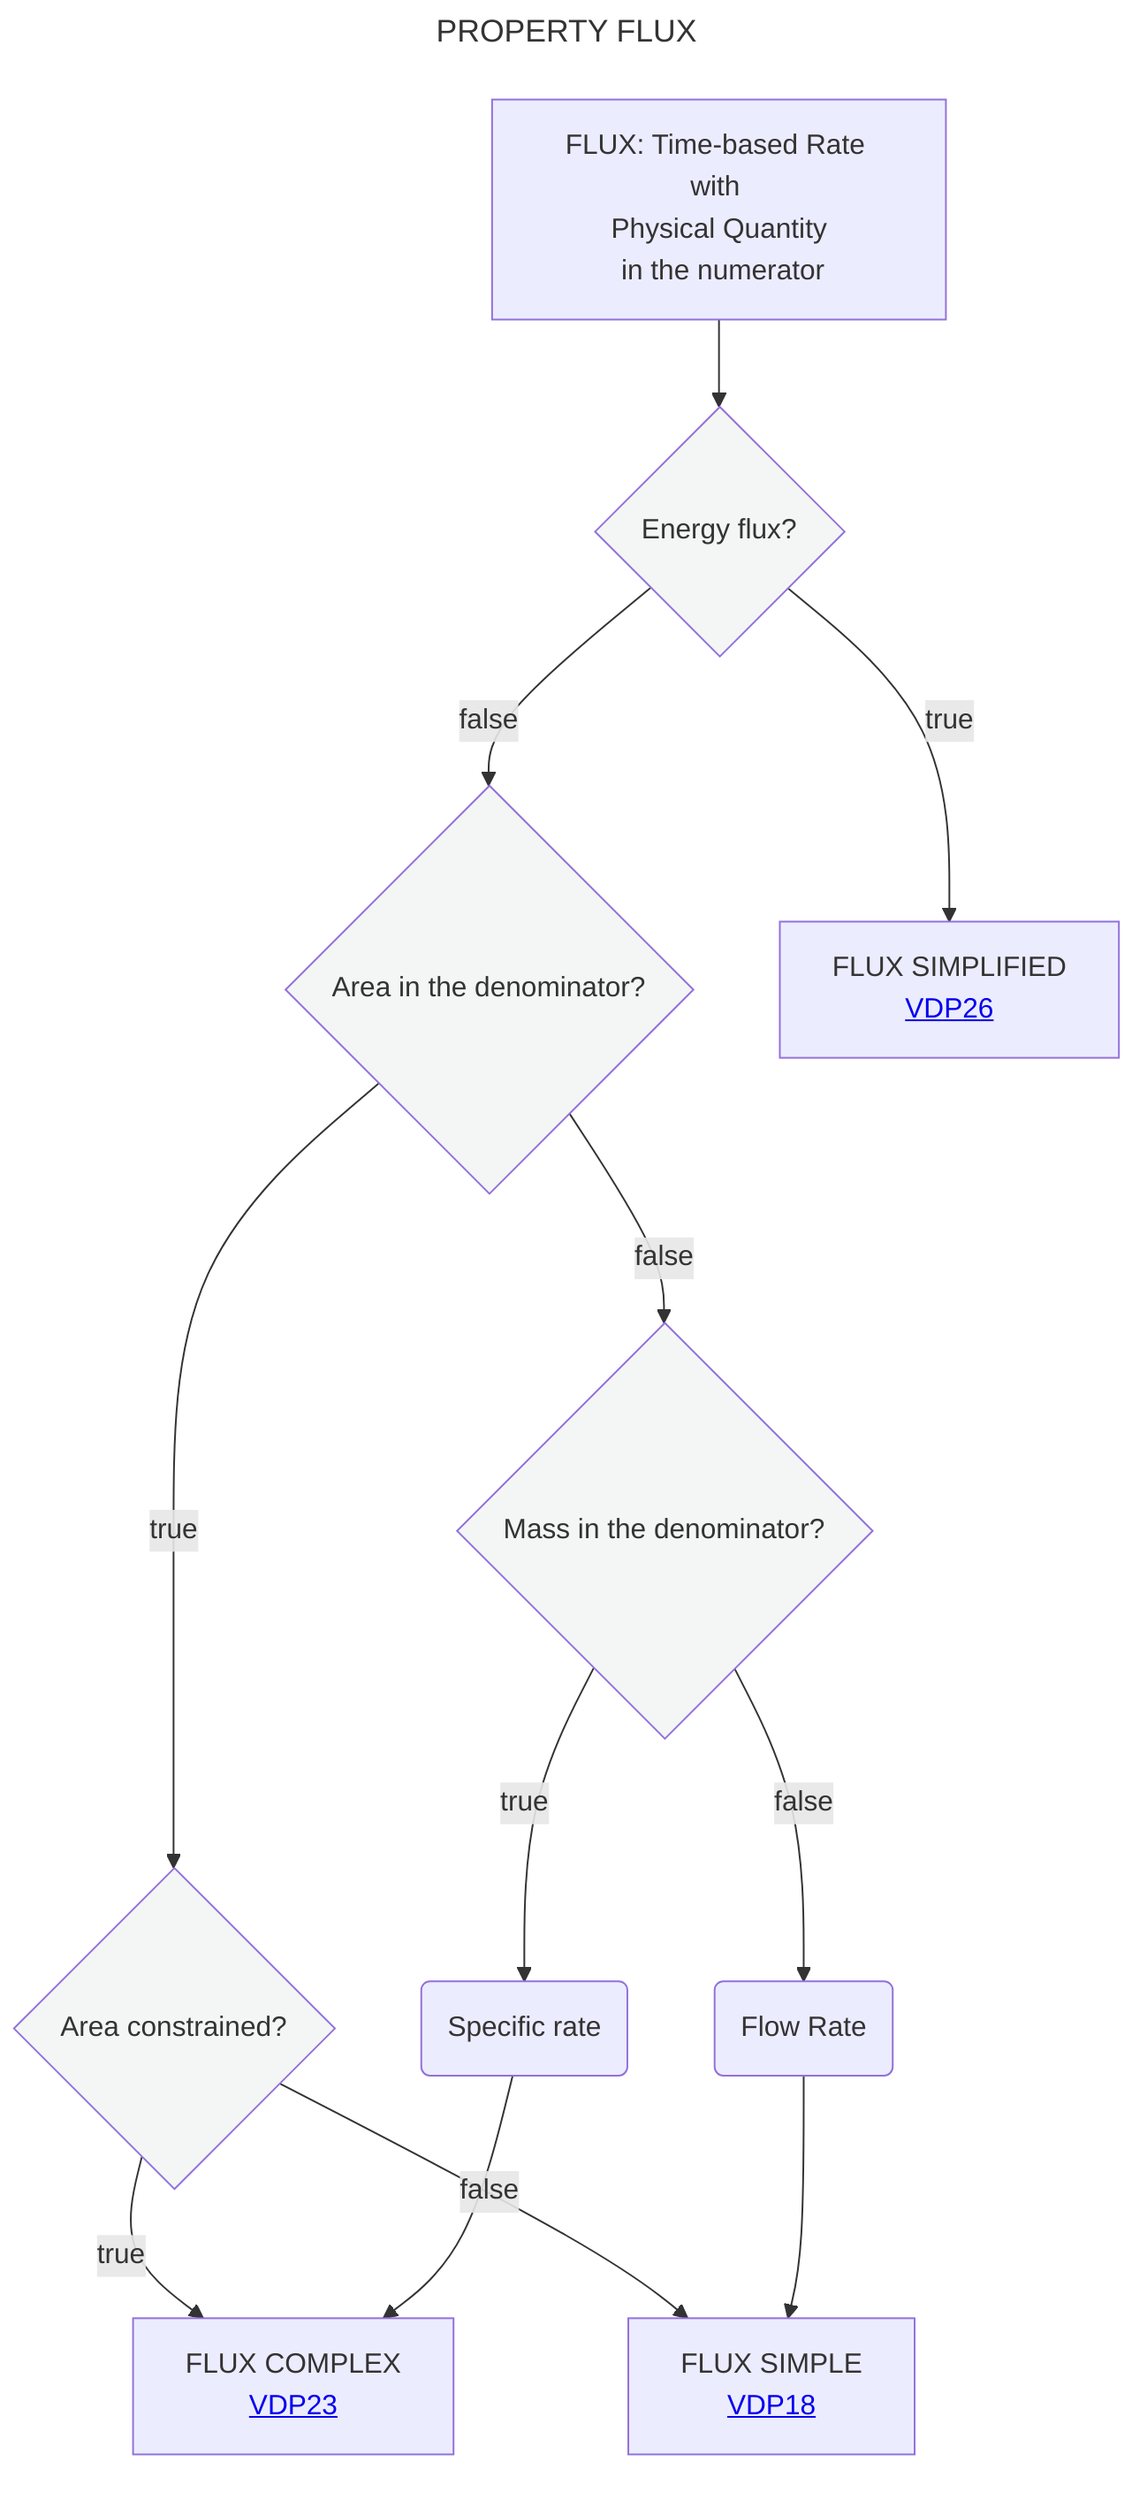
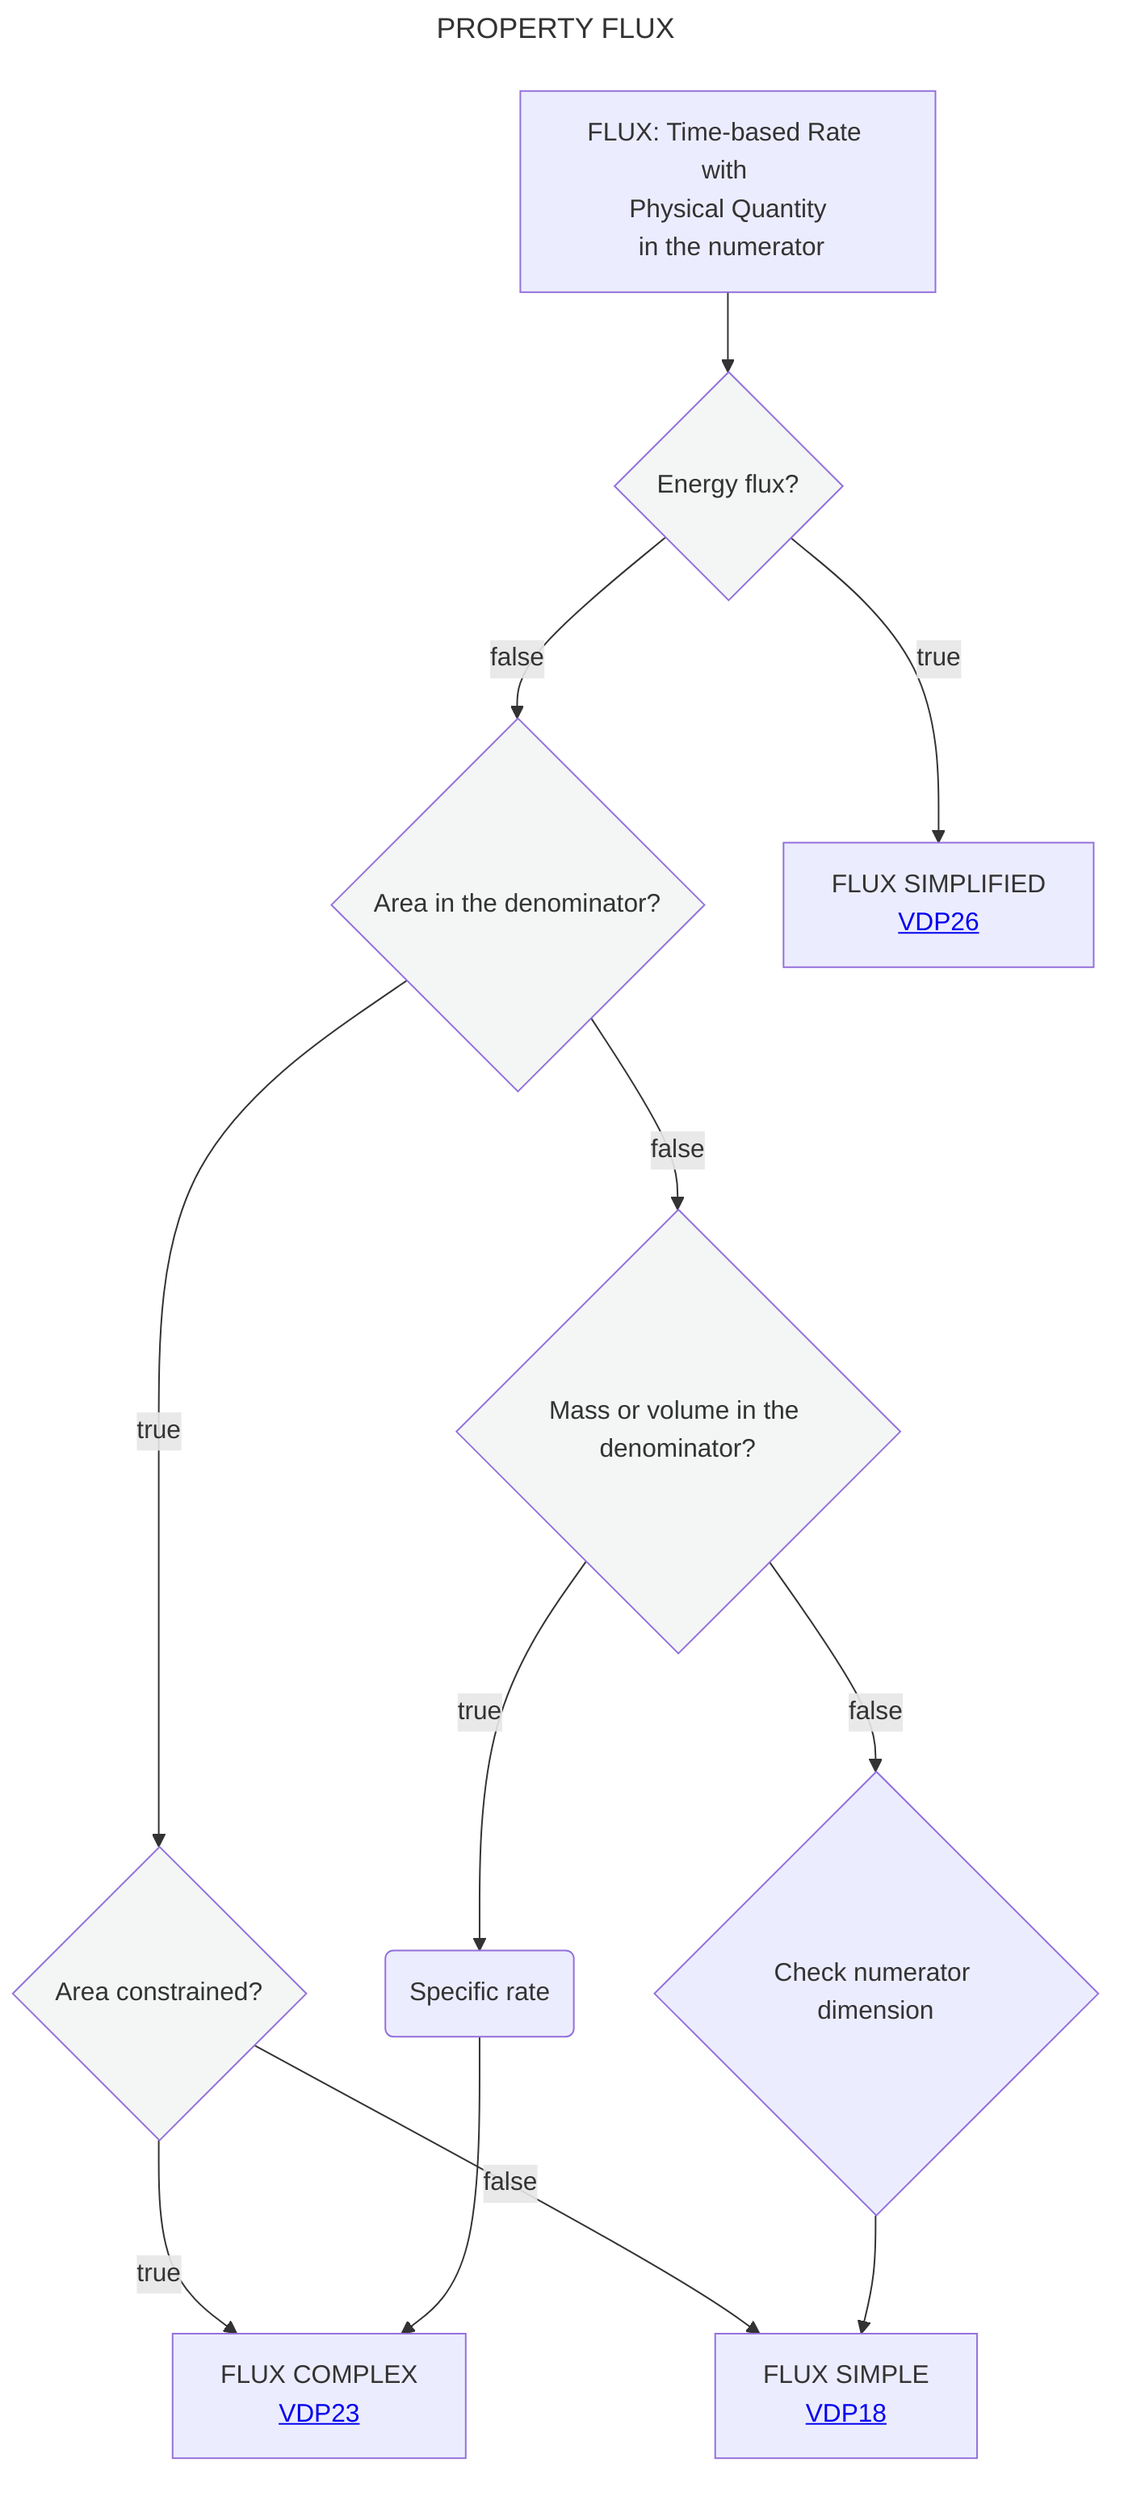
---
title: PROPERTY FLUX
---
flowchart TD
    A[FLUX: Time-based Rate with <br> Physical Quantity <br> in the numerator] --> B{Energy flux?}:::white
    B --> |false|E{Area in the denominator?}:::white
    B --> |true|C[FLUX SIMPLIFIED <br> <a href='https://github.com/mabablue/I-ADOPT-patterns-playground/blob/main/pattern/VDP26.yaml'>VDP26</a>]
    E --> |true|F{Area constrained?}:::white
-     E --> |false|K{Mass in the denominator?}:::white
+     E --> |false|K{Mass or volume in the denominator?}:::white
    F --> |true|G[FLUX COMPLEX <br> <a href='https://github.com/mabablue/I-ADOPT-patterns-playground/blob/main/pattern/VDP23.yaml'>VDP23</a>]
    F --> |false|H[FLUX SIMPLE <br> <a href='https://github.com/mabablue/I-ADOPT-patterns-playground/blob/main/pattern/VDP18.yaml'>VDP18</a>]
    K --> |true|L(Specific rate)
    L --> G
-     K --> |false|M(Flow Rate)
+     K --> |false|M{Check numerator dimension}
    M --> H
   classDef blue fill:#90D5FF
   classDef satblue fill:#57B9FF
   classDef white fill:#f3f6f4
   classDef green fill:#6aa84f
